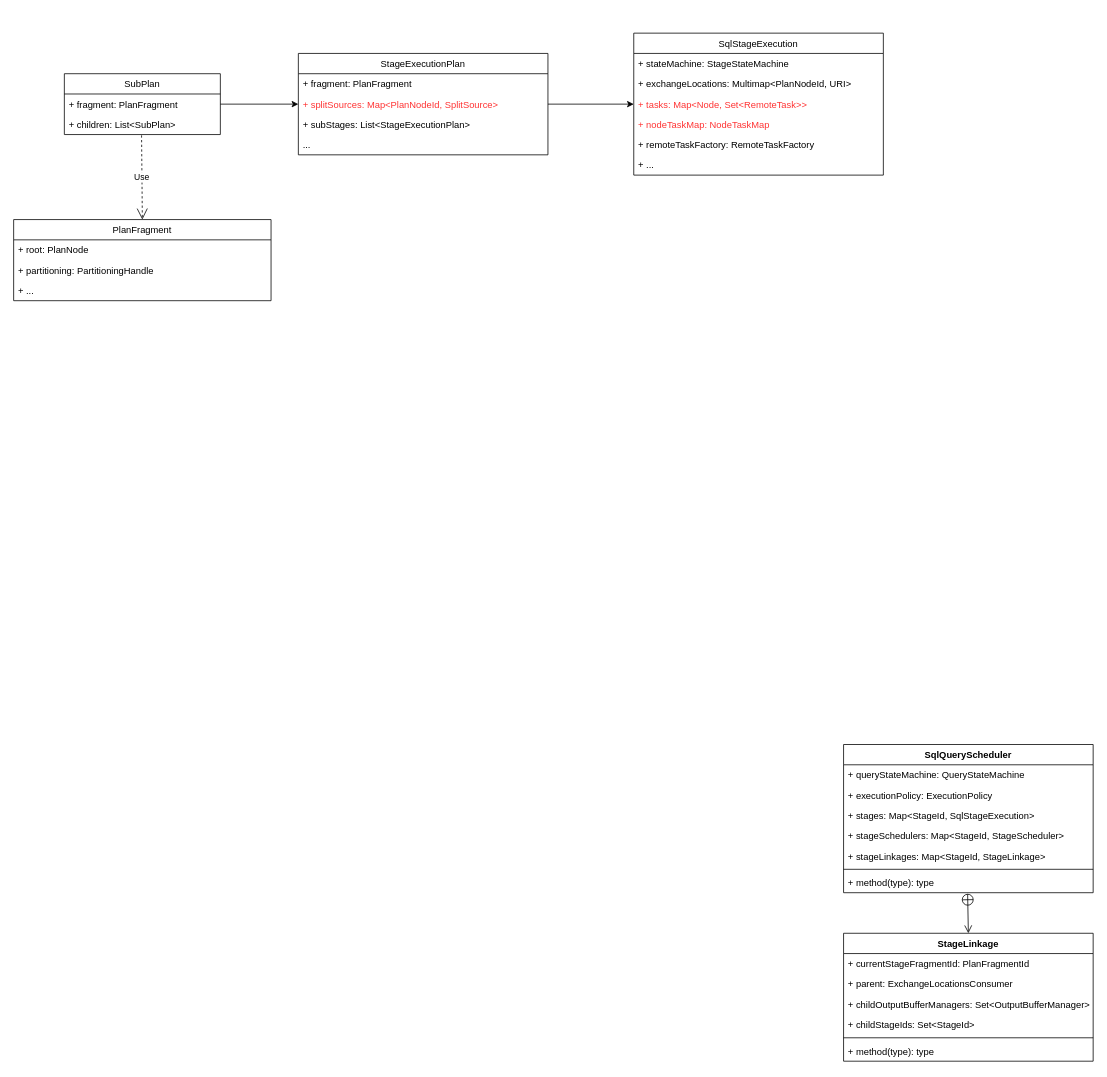
Before: presto-scheduler.drawio in chuanjian666/drawio, a draw.io diagram. Source tidied: cells renumbered, new cells numbered last; positions are measured from the earlier drawing's top-left corner, leaving out a move shared by most shapes. Both pictures are drawn from the tidied source at 78%, with x=0, y=0 at pixel (13, 33).
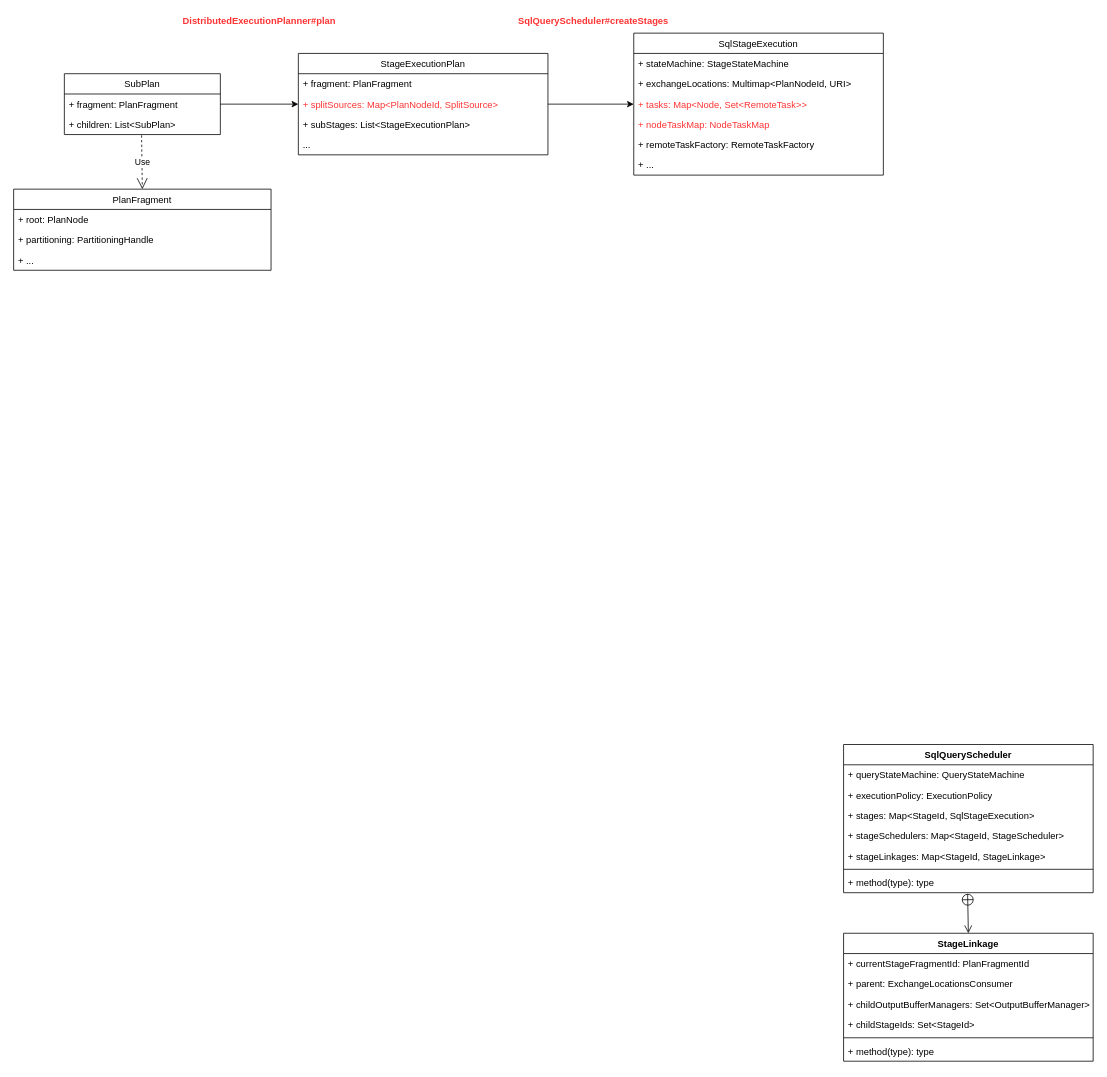
The same diagram, later.

The edit, as a diff of the source:
```diff
@@
     <mxCell id="11" value="PlanFragment" style="swimlane;fontStyle=0;horizontal=1;startSize=26;fillColor=none;" parent="1" vertex="1">
-      <mxGeometry y="239" width="330" height="104" as="geometry" />
+      <mxGeometry y="200" width="330" height="104" as="geometry" />
     </mxCell>
@@
+    <mxCell id="40" value="&lt;div&gt;&lt;font&gt;DistributedExecutionPlanner#plan&lt;/font&gt;&lt;/div&gt;" style="text;html=1;align=left;verticalAlign=top;spacingTop=-4;fontColor=#FF3333;fontStyle=1;" parent="1" vertex="1">
+      <mxGeometry x="215" y="-25" width="200" height="20" as="geometry" />
+    </mxCell>
+    <mxCell id="41" value="&lt;font&gt;SqlQueryScheduler&lt;/font&gt;&lt;span style=&quot;&quot;&gt;#createStages&lt;/span&gt;&lt;font&gt;&lt;br&gt;&lt;/font&gt;" style="text;html=1;align=left;verticalAlign=top;spacingTop=-4;fontColor=#FF3333;fontStyle=1;" parent="1" vertex="1">
+      <mxGeometry x="645" y="-25" width="200" height="20" as="geometry" />
+    </mxCell>
```
